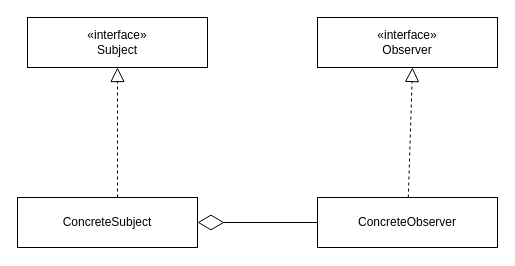
This is src/main/resources/drawio/观察着模式.drawio from byone421/design-patterns, a draw.io file, before an edit. Source tidied: cells renumbered, new cells numbered last; positions are measured from the earlier drawing's top-left corner, leaving out a move shared by most shapes. Both pictures are drawn from the tidied source at 100%, with x=0, y=0 at pixel (17, 17).
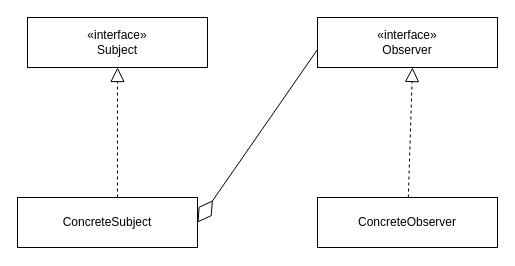
The same page after the edit.

What changed in the source:
```diff
@@
 <mxGraphModel>
   <root>
     <mxCell id="0" />
     <mxCell id="1" parent="0" />
     <mxCell id="2" value="«interface»&lt;br&gt;Subject" style="html=1;whiteSpace=wrap;" parent="1" vertex="1">
       <mxGeometry x="10" width="180" height="50" as="geometry" />
     </mxCell>
     <mxCell id="3" value="ConcreteSubject" style="html=1;whiteSpace=wrap;" parent="1" vertex="1">
       <mxGeometry y="180" width="180" height="50" as="geometry" />
     </mxCell>
     <mxCell id="4" style="endArrow=block;dashed=1;endFill=0;endSize=12;html=1;rounded=0;entryX=0.5;entryY=1;entryDx=0;entryDy=0;" parent="1" edge="1" target="2">
       <mxGeometry relative="1" as="geometry">
         <mxPoint x="100" y="180" as="sourcePoint" />
       </mxGeometry>
     </mxCell>
     <mxCell id="5" value="«interface»&lt;br&gt;Observer" style="html=1;whiteSpace=wrap;" parent="1" vertex="1">
       <mxGeometry x="300" width="180" height="50" as="geometry" />
     </mxCell>
     <mxCell id="6" value="ConcreteObserver" style="html=1;whiteSpace=wrap;" parent="1" vertex="1">
       <mxGeometry x="300" y="180" width="180" height="50" as="geometry" />
     </mxCell>
     <mxCell id="7" style="endArrow=block;dashed=1;endFill=0;endSize=12;html=1;rounded=0;entryX=0.5;entryY=1;entryDx=0;entryDy=0;" parent="1" edge="1" source="6">
       <mxGeometry relative="1" as="geometry">
         <mxPoint x="395" y="50" as="targetPoint" />
       </mxGeometry>
     </mxCell>
-    <mxCell id="8" style="endArrow=diamondThin;endFill=0;endSize=24;html=1;rounded=0;entryX=1;entryY=0.5;entryDx=0;entryDy=0;exitX=0;exitY=0.5;exitDx=0;exitDy=0;" parent="1" edge="1" source="6" target="3">
+    <mxCell id="8" style="endArrow=diamondThin;endFill=0;endSize=24;html=1;rounded=0;entryX=1;entryY=0.5;entryDx=0;entryDy=0;exitX=0;exitY=0.64;exitDx=0;exitDy=0;exitPerimeter=0;" parent="1" edge="1" source="5" target="3">
       <mxGeometry relative="1" as="geometry" />
     </mxCell>
   </root>
 </mxGraphModel>
```
